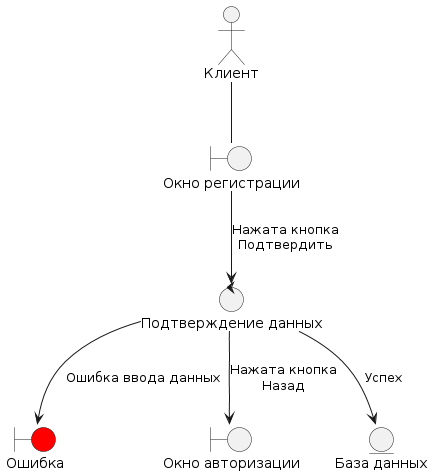
Before: Diagrams/images/Prigodnost/Registr.png, a diagram exported from PlantUML (Student7751/CourseWork).
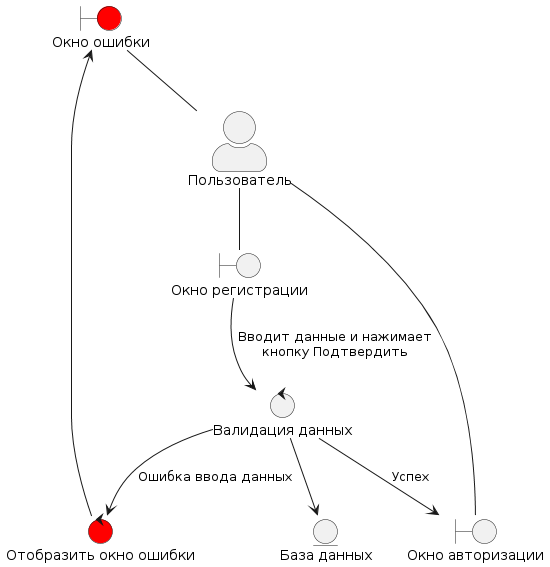
The same file after the commit.

What changed in the source:
```diff
@@ -1,18 +1,25 @@
 @startuml
+skinparam actorStyle awesome
+
 boundary "Окно регистрации" as registry_window
-boundary "Ошибка" as error_window #red
+boundary "Окно ошибки" as error_window #red
 boundary "Окно авторизации" as entry_window
 
-actor "Клиент" as user
+actor "Пользователь" as user
 
 Entity "База данных" as DB
 
-control "Подтверждение данных" as validation_control
+control "Валидация данных" as validation_control
+control "Отобразить окно ошибки" as error_show #red
 
 user -- registry_window
 
-registry_window --> validation_control : Нажата кнопка\nПодтвердить
-validation_control --> entry_window: Нажата кнопка\nНазад
-validation_control --> error_window: Ошибка ввода данных
-validation_control --> DB: Успех
+registry_window --> validation_control : Вводит данные и нажимает\nкнопку Подтвердить
+validation_control -down-> entry_window: Успех
+validation_control --> error_show : Ошибка ввода данных
+error_show -left-> error_window
+validation_control --> DB
+
+entry_window -- user
+error_window -- user
 @enduml
```
